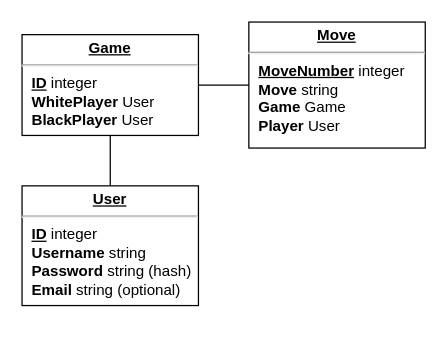
Earlier version of the draw.io diagram public/nea/DatabaseAnalysis.drawio (Ultrasonic1209/chess-app-frontend). Source tidied: cells renumbered, new cells numbered last; positions are measured from the earlier drawing's top-left corner, leaving out a move shared by most shapes. Both pictures are drawn from the tidied source at 126%, with x=0, y=0 at pixel (21, 21).
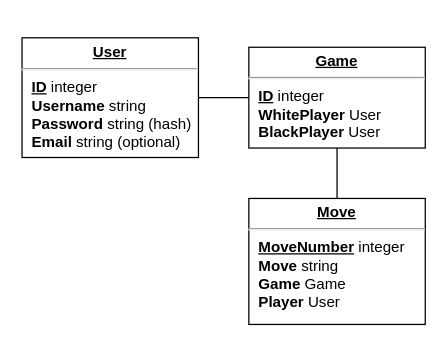
The same diagram, later.

Diff of the diagram source:
```diff
@@
 <mxGraphModel>
   <root>
     <mxCell id="0" />
     <mxCell id="1" parent="0" />
     <mxCell id="2" value="&lt;p style=&quot;margin: 0px ; margin-top: 4px ; text-align: center ; text-decoration: underline&quot;&gt;&lt;b&gt;User&lt;/b&gt;&lt;/p&gt;&lt;hr&gt;&lt;p style=&quot;margin: 0px ; margin-left: 8px&quot;&gt;&lt;b&gt;&lt;u&gt;ID&lt;/u&gt;&lt;/b&gt;&amp;nbsp;integer&lt;/p&gt;&lt;p style=&quot;margin: 0px ; margin-left: 8px&quot;&gt;&lt;b&gt;Username&lt;/b&gt;&lt;b style=&quot;font-style: italic;&quot;&gt;&amp;nbsp;&lt;/b&gt;string&lt;/p&gt;&lt;p style=&quot;margin: 0px ; margin-left: 8px&quot;&gt;&lt;b&gt;Password &lt;/b&gt;string (hash)&lt;/p&gt;&lt;p style=&quot;margin: 0px ; margin-left: 8px&quot;&gt;&lt;b&gt;Email &lt;/b&gt;string (optional)&lt;/p&gt;" style="verticalAlign=top;align=left;overflow=fill;fontSize=12;fontFamily=Helvetica;html=1;rounded=0;shadow=0;comic=0;labelBackgroundColor=none;strokeWidth=1;" parent="1" vertex="1">
-      <mxGeometry y="130" width="140" height="95" as="geometry" />
+      <mxGeometry y="12.5" width="140" height="95" as="geometry" />
     </mxCell>
     <mxCell id="3" value="&lt;p style=&quot;margin: 0px ; margin-top: 4px ; text-align: center ; text-decoration: underline&quot;&gt;&lt;b&gt;Game&lt;/b&gt;&lt;/p&gt;&lt;hr&gt;&lt;p style=&quot;margin: 0px ; margin-left: 8px&quot;&gt;&lt;b&gt;&lt;u&gt;ID&lt;/u&gt;&lt;/b&gt;&amp;nbsp;integer&lt;/p&gt;&lt;p style=&quot;margin: 0px ; margin-left: 8px&quot;&gt;&lt;b&gt;WhitePlayer&amp;nbsp;&lt;/b&gt;User&lt;/p&gt;&lt;p style=&quot;margin: 0px ; margin-left: 8px&quot;&gt;&lt;b&gt;BlackPlayer &lt;/b&gt;User&lt;/p&gt;" style="verticalAlign=top;align=left;overflow=fill;fontSize=12;fontFamily=Helvetica;html=1;rounded=0;shadow=0;comic=0;labelBackgroundColor=none;strokeWidth=1;" parent="1" vertex="1">
-      <mxGeometry y="10" width="140" height="80" as="geometry" />
+      <mxGeometry x="180" y="20" width="140" height="80" as="geometry" />
     </mxCell>
     <mxCell id="4" value="&lt;p style=&quot;margin: 0px ; margin-top: 4px ; text-align: center ; text-decoration: underline&quot;&gt;&lt;b&gt;Move&lt;/b&gt;&lt;/p&gt;&lt;hr&gt;&lt;p style=&quot;margin: 0px ; margin-left: 8px&quot;&gt;&lt;b&gt;&lt;u&gt;MoveNumber&lt;/u&gt;&lt;/b&gt; integer&lt;/p&gt;&lt;p style=&quot;margin: 0px ; margin-left: 8px&quot;&gt;&lt;b&gt;Move &lt;/b&gt;string&lt;/p&gt;&lt;p style=&quot;margin: 0px ; margin-left: 8px&quot;&gt;&lt;b&gt;Game &lt;/b&gt;Game&lt;/p&gt;&lt;p style=&quot;margin: 0px ; margin-left: 8px&quot;&gt;&lt;b&gt;Player&amp;nbsp;&lt;/b&gt;User&lt;/p&gt;" style="verticalAlign=top;align=left;overflow=fill;fontSize=12;fontFamily=Helvetica;html=1;rounded=0;shadow=0;comic=0;labelBackgroundColor=none;strokeWidth=1;" parent="1" vertex="1">
-      <mxGeometry x="180" width="140" height="100" as="geometry" />
+      <mxGeometry x="180" y="140" width="140" height="100" as="geometry" />
     </mxCell>
-    <mxCell id="5" style="endArrow=none;html=1;rounded=0;exitX=1;exitY=0.5;exitDx=0;exitDy=0;entryX=0;entryY=0.5;entryDx=0;entryDy=0;" parent="1" edge="1" source="3" target="4">
-      <mxGeometry relative="1" as="geometry" />
+    <mxCell id="5" style="endArrow=none;html=1;rounded=0;" parent="1" edge="1">
+      <mxGeometry relative="1" as="geometry">
+        <mxPoint x="250" y="100" as="sourcePoint" />
+        <mxPoint x="250" y="140" as="targetPoint" />
+      </mxGeometry>
     </mxCell>
-    <mxCell id="6" style="endArrow=none;html=1;rounded=0;exitX=0.5;exitY=0;exitDx=0;exitDy=0;entryX=0.5;entryY=1;entryDx=0;entryDy=0;" parent="1" edge="1" source="2" target="3">
+    <mxCell id="6" style="endArrow=none;html=1;rounded=0;exitX=1;exitY=0.5;exitDx=0;exitDy=0;entryX=0;entryY=0.5;entryDx=0;entryDy=0;" parent="1" edge="1" source="2" target="3">
       <mxGeometry relative="1" as="geometry" />
     </mxCell>
   </root>
 </mxGraphModel>
```
